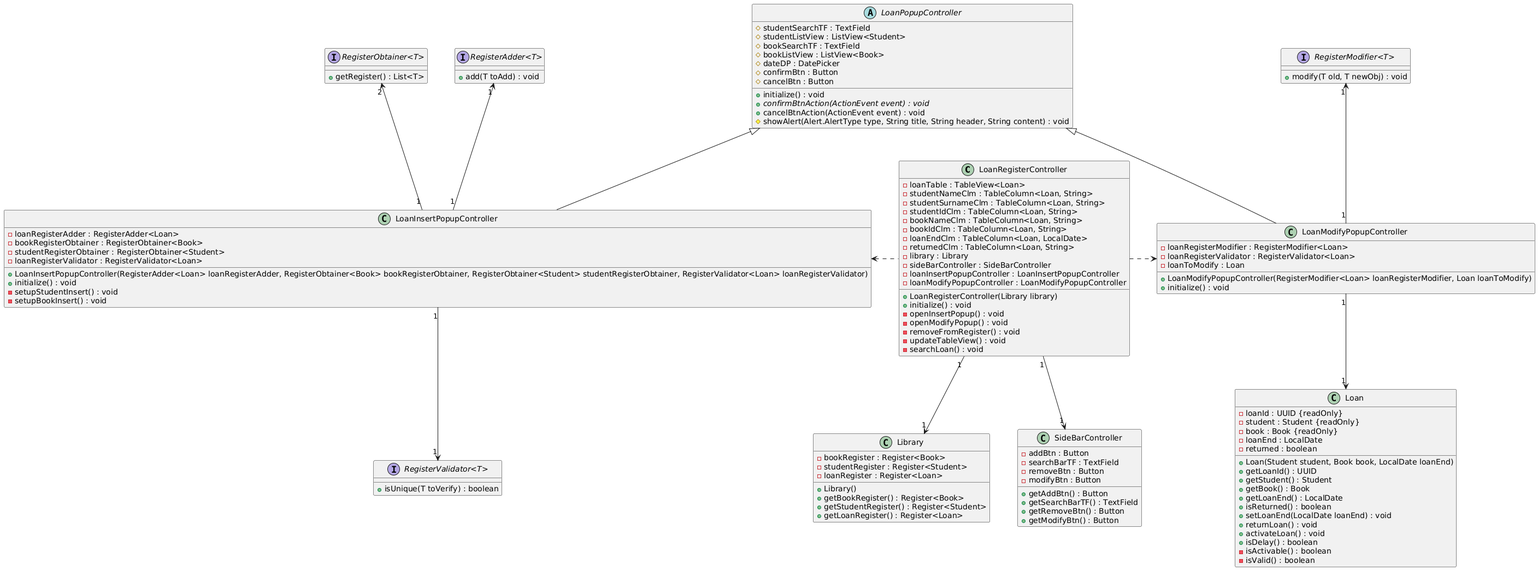
cwke/LibraryManager keeps this PlantUML diagram as docs/Class Diagrams/Detailed View/Complete Diagrams/LoanRegisterControllerPerspective/LoanRegisterControllerPerspective.png. Above is the earlier version. Source of this version:
```plantuml
@startuml
skinparam nodesep 50

LoanRegisterController "1" -d-> "1" "SideBarController"
LoanRegisterController "1" -d-> "1" Library
LoanRegisterController .l.> LoanInsertPopupController
LoanRegisterController .r.> LoanModifyPopupController

LoanInsertPopupController "1" -u-> "1" "RegisterAdder<T>"
LoanInsertPopupController "1" -d-> "1" "RegisterValidator<T>"
LoanInsertPopupController "1" -u-> "2" "RegisterObtainer<T>"
LoanInsertPopupController -u-|> LoanPopupController


LoanModifyPopupController "1" -u-> "1" "RegisterModifier<T>"
LoanModifyPopupController -u-|> LoanPopupController
LoanModifyPopupController "1" -d-> "1" Loan



class Loan {
    - loanId : UUID {readOnly}
    - student : Student {readOnly}
    - book : Book {readOnly}
    - loanEnd : LocalDate
    - returned : boolean

    + Loan(Student student, Book book, LocalDate loanEnd)
    + getLoanId() : UUID
    + getStudent() : Student
    + getBook() : Book
    + getLoanEnd() : LocalDate
    + isReturned() : boolean
    + setLoanEnd(LocalDate loanEnd) : void
    + returnLoan() : void
    + activateLoan() : void
    + isDelay() : boolean
    - isActivable() : boolean
    - isValid() : boolean
}

class Library {
    - bookRegister : Register<Book>
    - studentRegister : Register<Student>
    - loanRegister : Register<Loan>

    + Library()
    + getBookRegister() : Register<Book>
    + getStudentRegister() : Register<Student>
    + getLoanRegister() : Register<Loan>
}

interface "RegisterAdder<T>" {
    + add(T toAdd) : void
}

interface "RegisterModifier<T>" {
    + modify(T old, T newObj) : void
}

interface "RegisterObtainer<T>" {
    + getRegister() : List<T>
}

interface "RegisterValidator<T>" {
    + isUnique(T toVerify) : boolean
}

class SideBarController {
    - addBtn : Button
    - searchBarTF : TextField
    - removeBtn : Button
    - modifyBtn : Button

    + getAddBtn() : Button
    + getSearchBarTF() : TextField
    + getRemoveBtn() : Button
    + getModifyBtn() : Button
}

class LoanRegisterController {
    - loanTable : TableView<Loan>
    - studentNameClm : TableColumn<Loan, String>
    - studentSurnameClm : TableColumn<Loan, String>
    - studentIdClm : TableColumn<Loan, String>
    - bookNameClm : TableColumn<Loan, String>
    - bookIdClm : TableColumn<Loan, String>
    - loanEndClm : TableColumn<Loan, LocalDate>
    - returnedClm : TableColumn<Loan, String>
    - library : Library
    - sideBarController : SideBarController
    - loanInsertPopupController : LoanInsertPopupController
    - loanModifyPopupController : LoanModifyPopupController

    + LoanRegisterController(Library library)
    + initialize() : void
    - openInsertPopup() : void
    - openModifyPopup() : void
    - removeFromRegister() : void
    - updateTableView() : void
    - searchLoan() : void
}

abstract class LoanPopupController {
    # studentSearchTF : TextField
    # studentListView : ListView<Student>
    # bookSearchTF : TextField
    # bookListView : ListView<Book>
    # dateDP : DatePicker
    # confirmBtn : Button
    # cancelBtn : Button

    + initialize() : void
    + {abstract} confirmBtnAction(ActionEvent event) : void
    + cancelBtnAction(ActionEvent event) : void
    # showAlert(Alert.AlertType type, String title, String header, String content) : void
}

class LoanInsertPopupController {
    - loanRegisterAdder : RegisterAdder<Loan>
    - bookRegisterObtainer : RegisterObtainer<Book>
    - studentRegisterObtainer : RegisterObtainer<Student>
    - loanRegisterValidator : RegisterValidator<Loan>

    + LoanInsertPopupController(RegisterAdder<Loan> loanRegisterAdder, RegisterObtainer<Book> bookRegisterObtainer, RegisterObtainer<Student> studentRegisterObtainer, RegisterValidator<Loan> loanRegisterValidator)
    + initialize() : void
    - setupStudentInsert() : void
    - setupBookInsert() : void
}

class LoanModifyPopupController {
    - loanRegisterModifier : RegisterModifier<Loan>
    - loanRegisterValidator : RegisterValidator<Loan>
    - loanToModify : Loan

    + LoanModifyPopupController(RegisterModifier<Loan> loanRegisterModifier, Loan loanToModify)
    + initialize() : void
}
@enduml
```
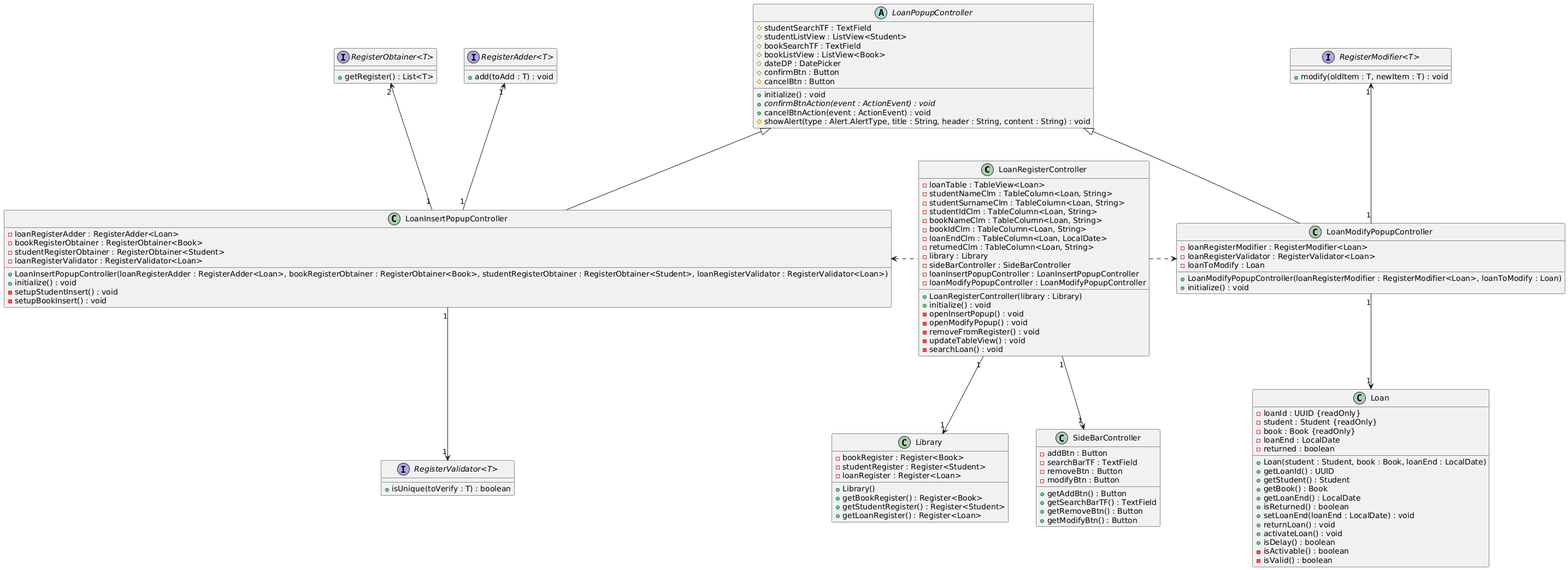
After the change.

What changed in the source:
```diff
@@ -25,13 +25,13 @@
     - loanEnd : LocalDate
     - returned : boolean
 
-    + Loan(Student student, Book book, LocalDate loanEnd)
+    + Loan(student : Student, book : Book, loanEnd : LocalDate)
     + getLoanId() : UUID
     + getStudent() : Student
     + getBook() : Book
     + getLoanEnd() : LocalDate
     + isReturned() : boolean
-    + setLoanEnd(LocalDate loanEnd) : void
+    + setLoanEnd(loanEnd : LocalDate) : void
     + returnLoan() : void
     + activateLoan() : void
     + isDelay() : boolean
@@ -51,11 +51,11 @@
 }
 
 interface "RegisterAdder<T>" {
-    + add(T toAdd) : void
+    + add(toAdd : T) : void
 }
 
 interface "RegisterModifier<T>" {
-    + modify(T old, T newObj) : void
+    + modify(oldItem : T, newItem : T) : void
 }
 
 interface "RegisterObtainer<T>" {
@@ -63,7 +63,7 @@
 }
 
 interface "RegisterValidator<T>" {
-    + isUnique(T toVerify) : boolean
+    + isUnique(toVerify : T) : boolean
 }
 
 class SideBarController {
@@ -92,7 +92,7 @@
     - loanInsertPopupController : LoanInsertPopupController
     - loanModifyPopupController : LoanModifyPopupController
 
-    + LoanRegisterController(Library library)
+    + LoanRegisterController(library : Library)
     + initialize() : void
     - openInsertPopup() : void
     - openModifyPopup() : void
@@ -111,9 +111,9 @@
     # cancelBtn : Button
 
     + initialize() : void
-    + {abstract} confirmBtnAction(ActionEvent event) : void
-    + cancelBtnAction(ActionEvent event) : void
-    # showAlert(Alert.AlertType type, String title, String header, String content) : void
+    + {abstract} confirmBtnAction(event : ActionEvent) : void
+    + cancelBtnAction(event : ActionEvent) : void
+    # showAlert(type : Alert.AlertType, title : String, header : String, content : String) : void
 }
 
 class LoanInsertPopupController {
@@ -122,7 +122,7 @@
     - studentRegisterObtainer : RegisterObtainer<Student>
     - loanRegisterValidator : RegisterValidator<Loan>
 
-    + LoanInsertPopupController(RegisterAdder<Loan> loanRegisterAdder, RegisterObtainer<Book> bookRegisterObtainer, RegisterObtainer<Student> studentRegisterObtainer, RegisterValidator<Loan> loanRegisterValidator)
+    + LoanInsertPopupController(loanRegisterAdder : RegisterAdder<Loan>, bookRegisterObtainer : RegisterObtainer<Book>, studentRegisterObtainer : RegisterObtainer<Student>, loanRegisterValidator : RegisterValidator<Loan>)
     + initialize() : void
     - setupStudentInsert() : void
     - setupBookInsert() : void
@@ -133,7 +133,7 @@
     - loanRegisterValidator : RegisterValidator<Loan>
     - loanToModify : Loan
 
-    + LoanModifyPopupController(RegisterModifier<Loan> loanRegisterModifier, Loan loanToModify)
+    + LoanModifyPopupController(loanRegisterModifier : RegisterModifier<Loan>, loanToModify : Loan)
     + initialize() : void
 }
 @enduml
```
